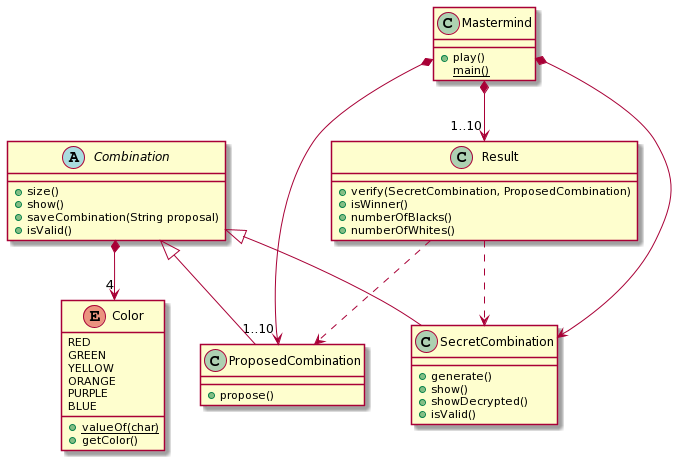
This is Mastermind.png from Master-Desarrollo-20-21/ejercicio-1-relaciones-entre-clases-ajsinoga, a PlantUML export, as it was before one commit. The source it was exported from:
```plantuml
@startuml
class Mastermind
{
 + play()
 {static} main()
}


Mastermind *-down-> SecretCombination
class SecretCombination
{
+generate()
+show()
+showDecrypted()
+isValid()
}

Mastermind *-down-> "1..10" ProposedCombination
class ProposedCombination
{
+propose()
}

abstract class Combination
{
+size()
+show()
+saveCombination(String proposal)
+isValid()
}

Combination <|-down- SecretCombination

Combination <|-down- ProposedCombination

Mastermind *--> "1..10" Result
class Result
{
+verify(SecretCombination, ProposedCombination)
+isWinner()
+numberOfBlacks()
+numberOfWhites()
}

Result ..> SecretCombination
Result ..> ProposedCombination


Combination *-->"4" Color
enum Color {
  RED
  GREEN
  YELLOW
  ORANGE
  PURPLE
  BLUE
+{static}valueOf(char)
+getColor()
}
@enduml
```
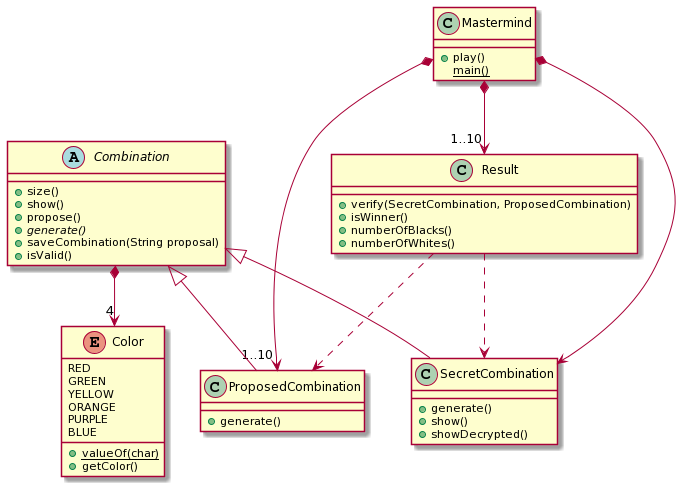
After the change.

Commit message:
Añadido método abstracto

Diff of the diagram source:
```diff
@@ -12,19 +12,20 @@
 +generate()
 +show()
 +showDecrypted()
-+isValid()
 }
 
 Mastermind *-down-> "1..10" ProposedCombination
 class ProposedCombination
 {
-+propose()
++generate()
 }
 
 abstract class Combination
 {
 +size()
 +show()
++propose()
++{abstract}generate()
 +saveCombination(String proposal)
 +isValid()
 }
```
